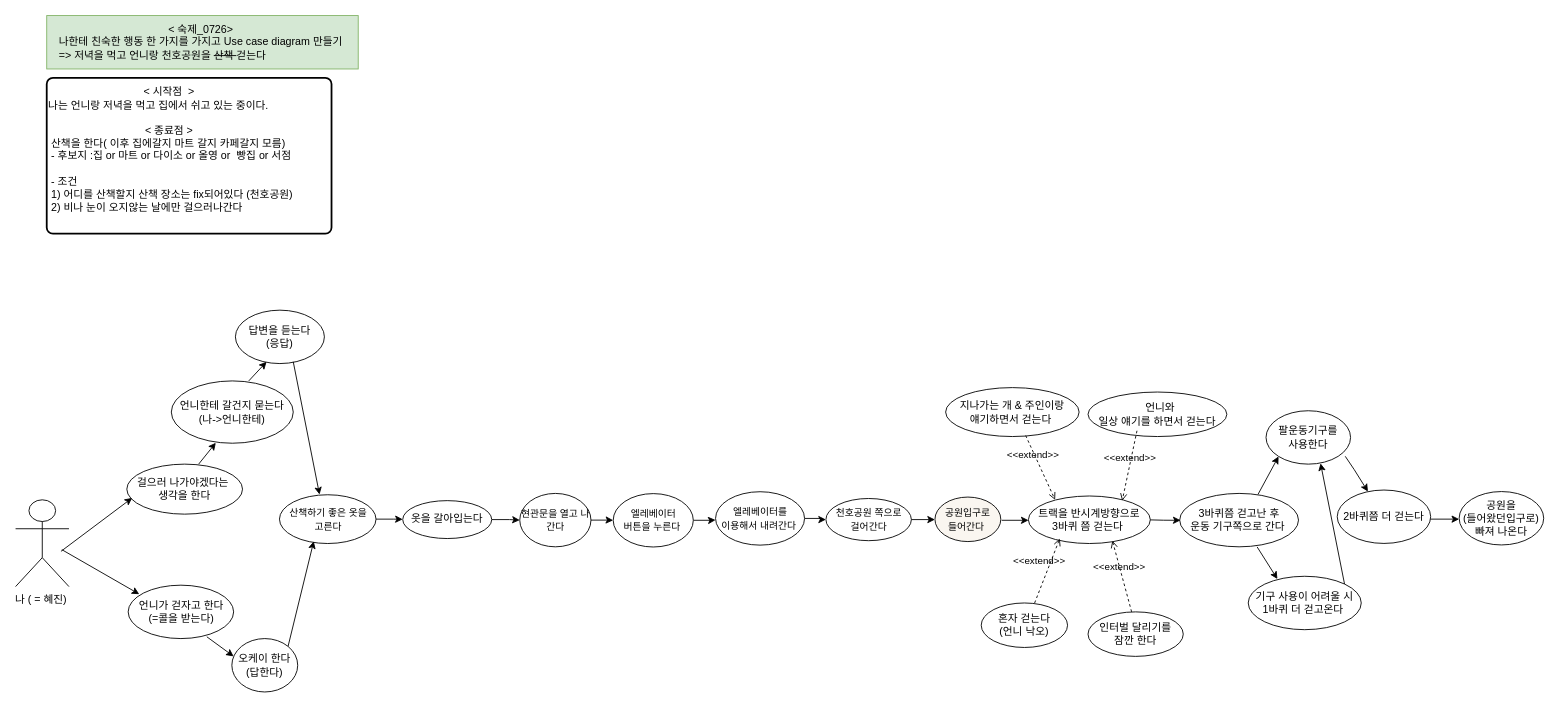
Jin-bright/diagram_study keeps this draw.io diagram as usecase_diagram/test.drawio. Above is the earlier version. Source tidied: cells renumbered, new cells numbered last; positions are measured from the earlier drawing's top-left corner, leaving out a move shared by most shapes. Both pictures are drawn from the tidied source at 89%, with x=0, y=0 at pixel (15, 15).
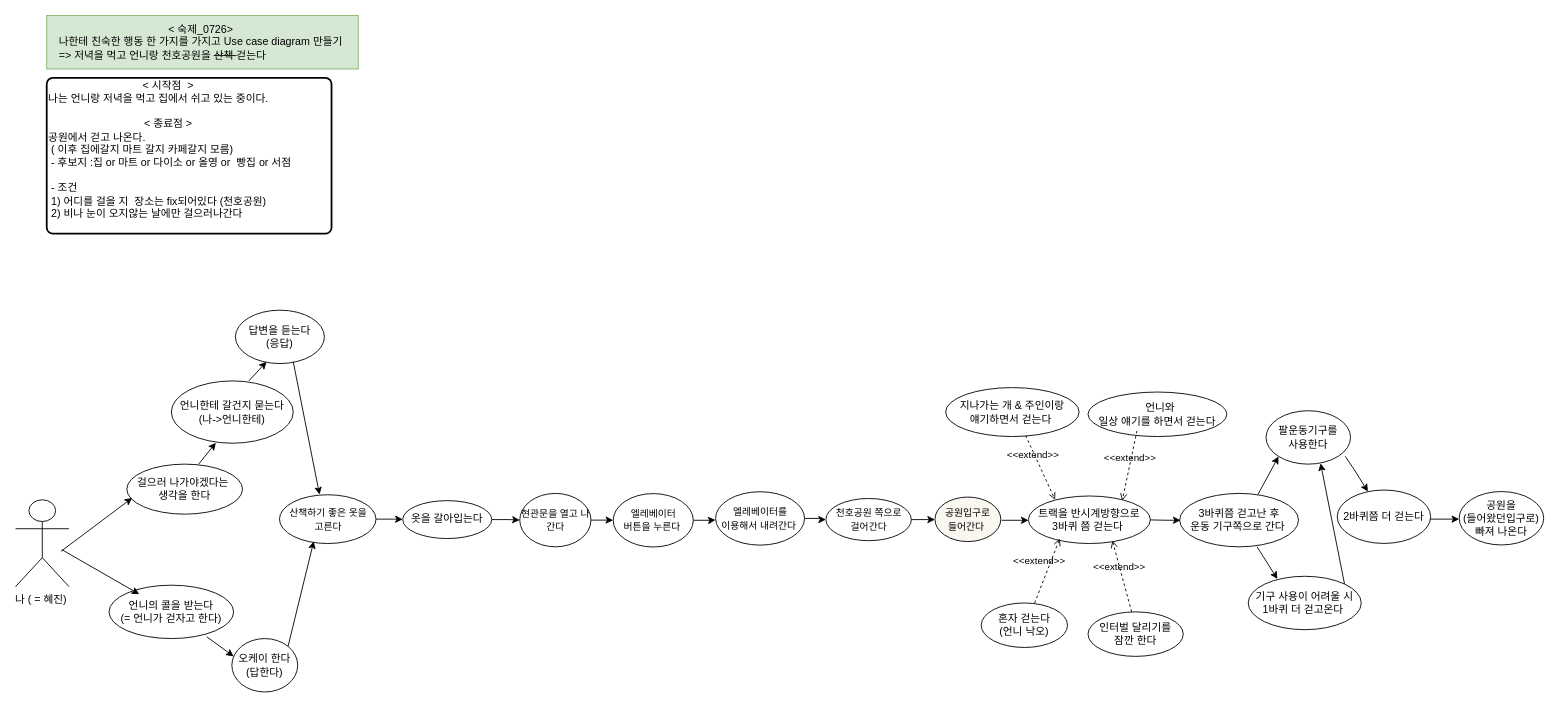
After the change.

The edit, as a diff of the source:
```diff
@@
-    <mxCell id="5" value="&lt;div style=&quot;text-align: center;&quot;&gt;&lt;span style=&quot;background-color: initial;&quot;&gt;&amp;lt; 시작점&amp;nbsp; &amp;gt;&amp;nbsp;&lt;/span&gt;&lt;/div&gt;&lt;div style=&quot;&quot;&gt;&lt;span style=&quot;background-color: initial;&quot;&gt;나는 언니랑 저녁을 먹고 집에서 쉬고 있는 중이다.&lt;/span&gt;&lt;/div&gt;&lt;div style=&quot;&quot;&gt;&lt;span style=&quot;background-color: initial;&quot;&gt;&lt;br&gt;&lt;/span&gt;&lt;/div&gt;&lt;div style=&quot;text-align: center;&quot;&gt;&lt;span style=&quot;background-color: initial;&quot;&gt;&amp;lt; 종료점 &amp;gt;&amp;nbsp;&lt;/span&gt;&lt;/div&gt;&lt;div style=&quot;&quot;&gt;&amp;nbsp;산책을 한다&lt;span style=&quot;background-color: initial;&quot;&gt;( 이후 집에갈지 마트 갈지 카페갈지 모름)&amp;nbsp;&lt;/span&gt;&lt;/div&gt;&amp;nbsp;- 후보지 :집 or 마트 or 다이소 or 올영 or&amp;nbsp; 빵집 or 서점&lt;br&gt;&lt;br&gt;&amp;nbsp;- 조건&amp;nbsp;&lt;br&gt;&amp;nbsp;1) 어디를 산책할지 산책 장소는 fix되어있다 (천호공원)&lt;br&gt;&amp;nbsp;2) 비나 눈이 오지않는 날에만 걸으러나간다&amp;nbsp;&lt;br&gt;&amp;nbsp;" style="rounded=1;whiteSpace=wrap;html=1;absoluteArcSize=1;arcSize=14;strokeWidth=2;align=left;" parent="1" vertex="1">
+    <mxCell id="5" value="&lt;div style=&quot;text-align: center;&quot;&gt;&lt;span style=&quot;background-color: initial;&quot;&gt;&amp;lt; 시작점&amp;nbsp; &amp;gt;&amp;nbsp;&lt;/span&gt;&lt;/div&gt;&lt;div style=&quot;&quot;&gt;&lt;span style=&quot;background-color: initial;&quot;&gt;나는 언니랑 저녁을 먹고 집에서 쉬고 있는 중이다.&lt;/span&gt;&lt;/div&gt;&lt;div style=&quot;&quot;&gt;&lt;span style=&quot;background-color: initial;&quot;&gt;&lt;br&gt;&lt;/span&gt;&lt;/div&gt;&lt;div style=&quot;text-align: center;&quot;&gt;&lt;span style=&quot;background-color: initial;&quot;&gt;&amp;lt; 종료점 &amp;gt;&amp;nbsp;&lt;/span&gt;&lt;/div&gt;&lt;div style=&quot;&quot;&gt;공원에서 걷고 나온다.&amp;nbsp;&lt;/div&gt;&lt;div style=&quot;&quot;&gt;&lt;span style=&quot;background-color: initial;&quot;&gt;&amp;nbsp;( 이후 집에갈지 마트 갈지 카페갈지 모름)&amp;nbsp;&lt;/span&gt;&lt;/div&gt;&amp;nbsp;- 후보지 :집 or 마트 or 다이소 or 올영 or&amp;nbsp; 빵집 or 서점&lt;br&gt;&lt;br&gt;&amp;nbsp;- 조건&amp;nbsp;&lt;br&gt;&amp;nbsp;1) 어디를 걸을 지&amp;nbsp; 장소는 fix되어있다 (천호공원)&lt;br&gt;&amp;nbsp;2) 비나 눈이 오지않는 날에만 걸으러나간다&amp;nbsp;&lt;br&gt;&amp;nbsp;" style="rounded=1;whiteSpace=wrap;html=1;absoluteArcSize=1;arcSize=14;strokeWidth=2;align=left;" parent="1" vertex="1">
       <mxGeometry x="35" y="70" width="320" height="175" as="geometry" />
     </mxCell>
@@
-    <mxCell id="36" value="언니가 걷자고 한다&lt;br&gt;(=콜을 받는다)" style="ellipse;whiteSpace=wrap;html=1;" parent="1" vertex="1">
-      <mxGeometry x="126.5" y="640" width="118.5" height="60" as="geometry" />
+    <mxCell id="36" value="언니의 콜을 받는다 &lt;br&gt;(= 언니가 걷자고 한다)" style="ellipse;whiteSpace=wrap;html=1;" parent="1" vertex="1">
+      <mxGeometry x="105" y="640" width="140" height="60" as="geometry" />
     </mxCell>
```
